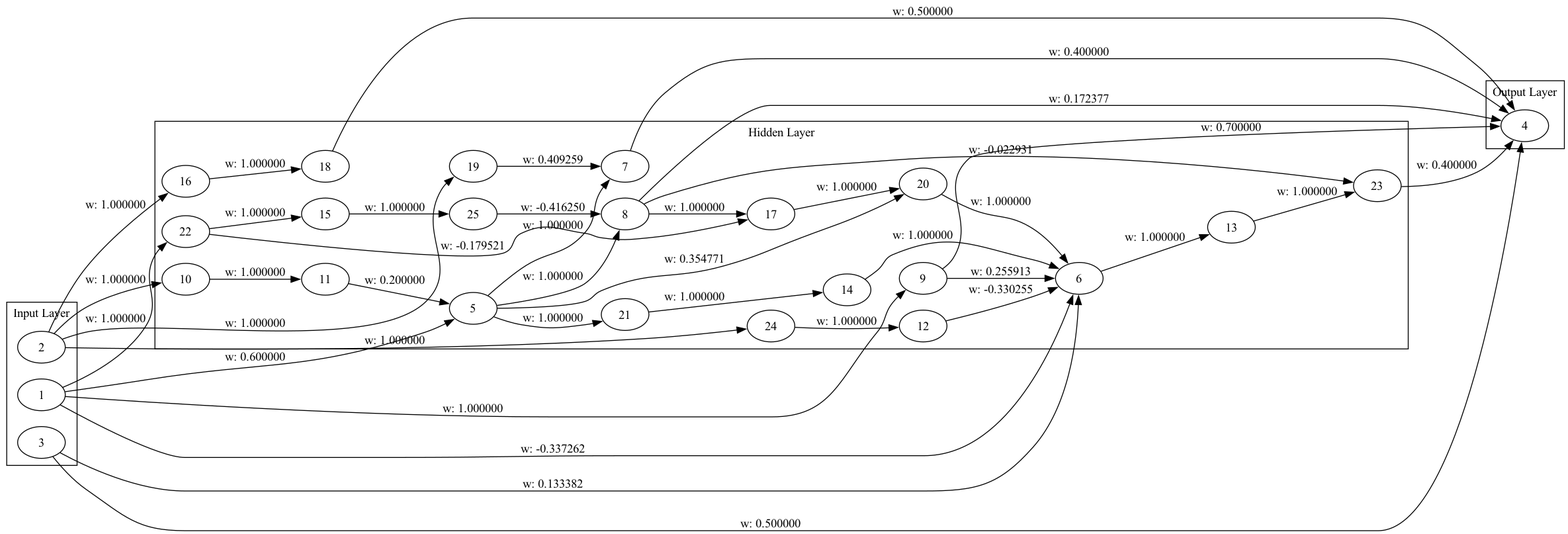
Earlier version of the Graphviz export genome_graph.png (malikAkurtz/TradingSystem). Its source is kept beside it as genome_graph.dot.
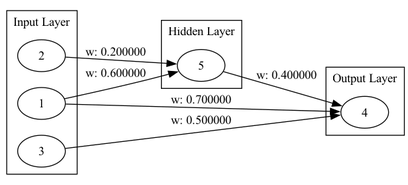
After the commit.

What changed in the source:
```diff
@@ -9,67 +9,14 @@
   subgraph cluster_1 {
     label="Hidden Layer";
     5;
-    6;
-    7;
-    8;
-    9;
-    10;
-    11;
-    12;
-    13;
-    14;
-    15;
-    16;
-    17;
-    18;
-    19;
-    20;
-    21;
-    22;
-    23;
-    24;
-    25;
   }
   subgraph cluster_2 {
     label="Output Layer";
     4;
   }
+  1 -> 4 [label="w: 0.700000"];
   3 -> 4 [label="w: 0.500000"];
+  2 -> 5 [label="w: 0.200000"];
+  5 -> 4 [label="w: 0.400000"];
   1 -> 5 [label="w: 0.600000"];
-  5 -> 7 [label="w: 1.000000"];
-  7 -> 4 [label="w: 0.400000"];
-  5 -> 8 [label="w: 1.000000"];
-  1 -> 9 [label="w: 1.000000"];
-  9 -> 4 [label="w: 0.700000"];
-  2 -> 10 [label="w: 1.000000"];
-  10 -> 11 [label="w: 1.000000"];
-  11 -> 5 [label="w: 0.200000"];
-  12 -> 6 [label="w: -0.330255"];
-  8 -> 4 [label="w: 0.172377"];
-  6 -> 13 [label="w: 1.000000"];
-  14 -> 6 [label="w: 1.000000"];
-  9 -> 6 [label="w: 0.255913"];
-  2 -> 16 [label="w: 1.000000"];
-  3 -> 6 [label="w: 0.133382"];
-  8 -> 17 [label="w: 1.000000"];
-  16 -> 18 [label="w: 1.000000"];
-  18 -> 4 [label="w: 0.500000"];
-  1 -> 6 [label="w: -0.337262"];
-  2 -> 19 [label="w: 1.000000"];
-  19 -> 7 [label="w: 0.409259"];
-  17 -> 20 [label="w: 1.000000"];
-  20 -> 6 [label="w: 1.000000"];
-  5 -> 20 [label="w: 0.354771"];
-  5 -> 21 [label="w: 1.000000"];
-  21 -> 14 [label="w: 1.000000"];
-  1 -> 22 [label="w: 1.000000"];
-  22 -> 15 [label="w: 1.000000"];
-  22 -> 17 [label="w: -0.179521"];
-  13 -> 23 [label="w: 1.000000"];
-  23 -> 4 [label="w: 0.400000"];
-  2 -> 24 [label="w: 1.000000"];
-  24 -> 12 [label="w: 1.000000"];
-  8 -> 23 [label="w: -0.022931"];
-  15 -> 25 [label="w: 1.000000"];
-  25 -> 8 [label="w: -0.416250"];
 }
```
